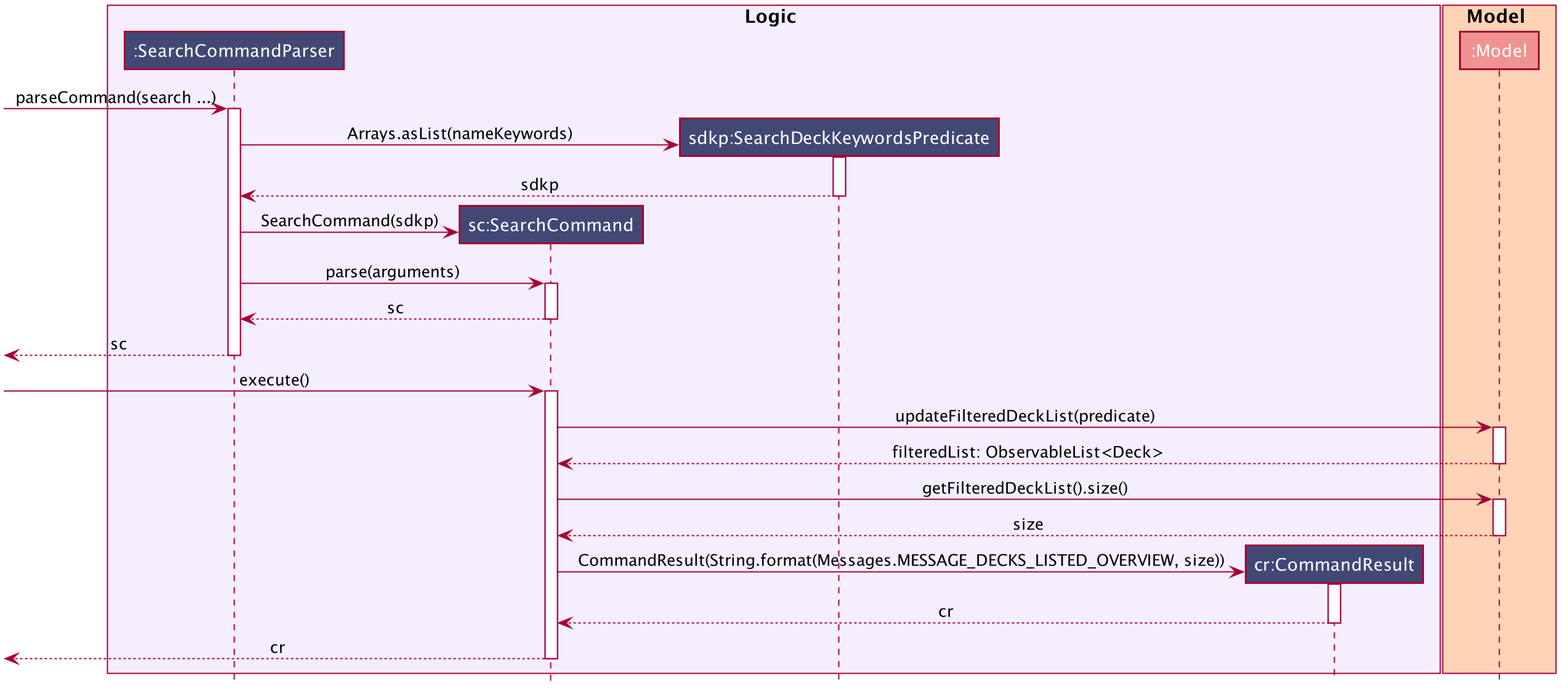
Above: docs/images/SearchFilterDiagram.png in sigmund-c/main (PlantUML), before the change.
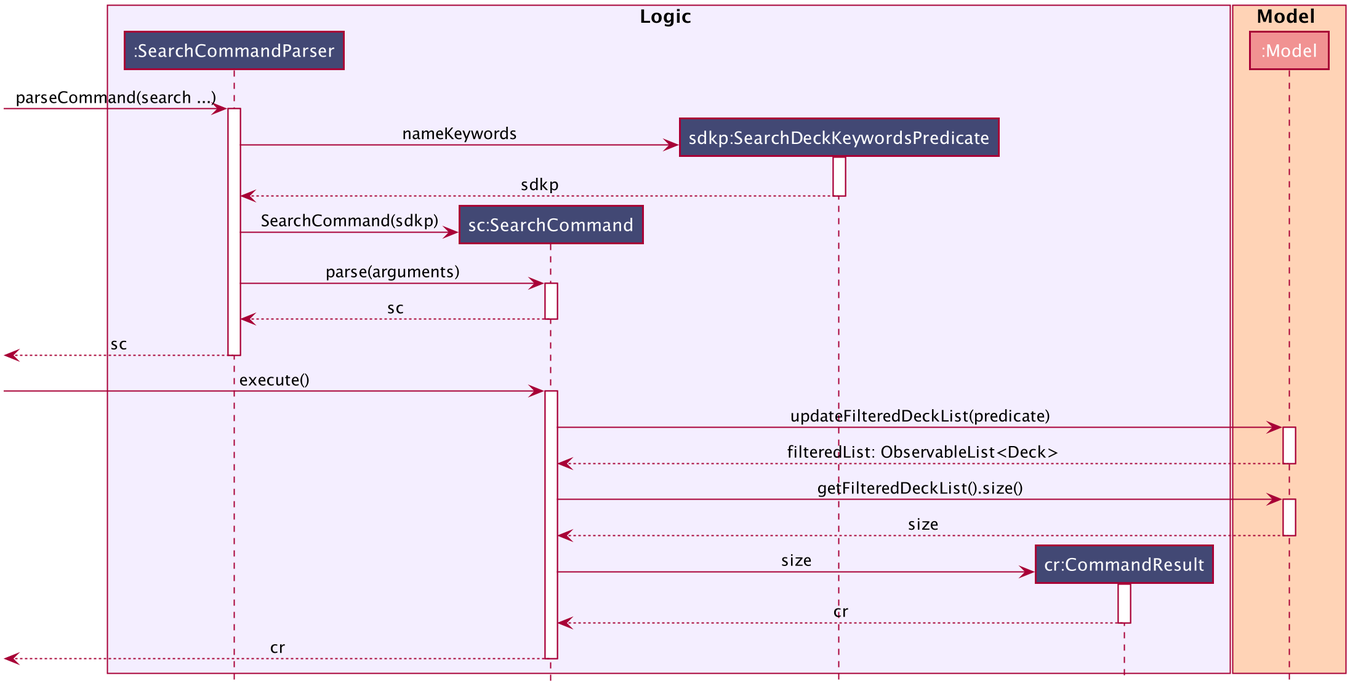
Above is the later version.

Change to the diagram source:
```diff
@@ -64,7 +64,7 @@
 activate SearchCommandParser
 
 create SearchDeckKeywordsPredicate
-SearchCommandParser -> SearchDeckKeywordsPredicate: Arrays.asList(nameKeywords)
+SearchCommandParser -> SearchDeckKeywordsPredicate: nameKeywords
 activate SearchDeckKeywordsPredicate
 SearchDeckKeywordsPredicate --> SearchCommandParser: sdkp
 deactivate SearchDeckKeywordsPredicate
@@ -96,7 +96,7 @@
 deactivate Model
 
 create CommandResult
-SearchCommand -> CommandResult: CommandResult(String.format(Messages.MESSAGE_DECKS_LISTED_OVERVIEW, size))
+SearchCommand -> CommandResult: size
 
 activate CommandResult
 CommandResult --> SearchCommand: cr
```
